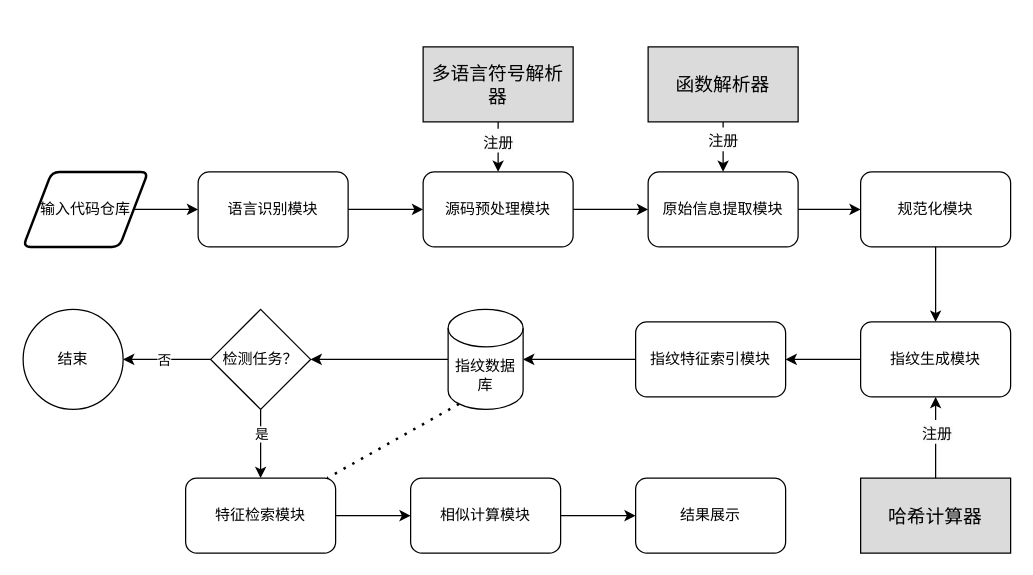
The draw.io diagram 系统实现图.drawio in wanghaoxu001/cloudimg, before the edit. Source tidied: cells renumbered, new cells numbered last; positions are measured from the earlier drawing's top-left corner, leaving out a move shared by most shapes. Both pictures are drawn from the tidied source at 125%, with x=0, y=0 at pixel (22, 46).
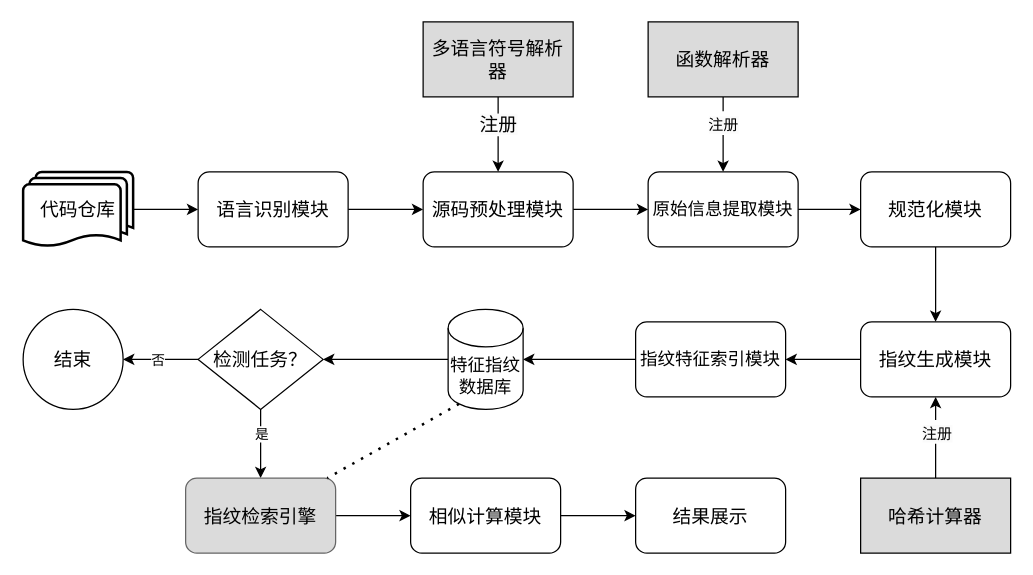
The same diagram, later.

Commit message:
更新系统实现图.drawio

The change refers to these unchanged cells:
```xml
<mxCell id="29" style="edgeStyle=none;rounded=0;jettySize=auto;html=1;" parent="1" edge="1" source="31" target="7">
  <mxGeometry relative="1" as="geometry" />
</mxCell>
```

What changed in the source:
```diff
@@
-    <mxCell id="2" style="edgeStyle=orthogonalEdgeStyle;rounded=0;jettySize=auto;html=1;" parent="1" edge="1" source="3" target="5">
-      <mxGeometry relative="1" as="geometry" />
-    </mxCell>
-    <mxCell id="3" value="输入代码仓库" style="shape=parallelogram;html=1;strokeWidth=2;perimeter=parallelogramPerimeter;whiteSpace=wrap;rounded=1;arcSize=12;size=0.23;" parent="1" vertex="1">
-      <mxGeometry y="100" width="100" height="60" as="geometry" />
-    </mxCell>
@@
-    <mxCell id="5" value="语言识别模块" style="rounded=1;whiteSpace=wrap;html=1;" parent="1" vertex="1">
+    <mxCell id="5" value="语言识别模块" style="rounded=1;whiteSpace=wrap;html=1;fontSize=15;" parent="1" vertex="1">
       <mxGeometry x="140" y="100" width="120" height="60" as="geometry" />
     </mxCell>
@@
-    <mxCell id="7" value="源码预处理模块" style="rounded=1;whiteSpace=wrap;html=1;" parent="1" vertex="1">
+    <mxCell id="7" value="源码预处理模块" style="rounded=1;whiteSpace=wrap;html=1;fontSize=15;" parent="1" vertex="1">
       <mxGeometry x="320" y="100" width="120" height="60" as="geometry" />
     </mxCell>
@@
-    <mxCell id="9" value="原始信息提取模块" style="rounded=1;whiteSpace=wrap;html=1;" parent="1" vertex="1">
+    <mxCell id="9" value="原始信息提取模块" style="rounded=1;whiteSpace=wrap;html=1;fontSize=14;" parent="1" vertex="1">
       <mxGeometry x="500" y="100" width="120" height="60" as="geometry" />
     </mxCell>
@@
-    <mxCell id="11" value="规范化模块" style="rounded=1;whiteSpace=wrap;html=1;" parent="1" vertex="1">
+    <mxCell id="11" value="规范化模块" style="rounded=1;whiteSpace=wrap;html=1;fontSize=15;" parent="1" vertex="1">
       <mxGeometry x="670" y="100" width="120" height="60" as="geometry" />
     </mxCell>
@@
-    <mxCell id="13" value="指纹生成模块" style="rounded=1;whiteSpace=wrap;html=1;" parent="1" vertex="1">
+    <mxCell id="13" value="指纹生成模块" style="rounded=1;whiteSpace=wrap;html=1;fontSize=15;" parent="1" vertex="1">
       <mxGeometry x="670" y="220" width="120" height="60" as="geometry" />
     </mxCell>
@@
-    <mxCell id="15" value="指纹特征索引模块" style="rounded=1;whiteSpace=wrap;html=1;" parent="1" vertex="1">
+    <mxCell id="15" value="指纹特征索引模块" style="rounded=1;whiteSpace=wrap;html=1;fontSize=14;" parent="1" vertex="1">
       <mxGeometry x="490" y="220" width="120" height="60" as="geometry" />
     </mxCell>
@@
-    <mxCell id="17" value="指纹数据库" style="shape=cylinder3;whiteSpace=wrap;html=1;boundedLbl=1;backgroundOutline=1;size=15;" parent="1" vertex="1">
+    <mxCell id="17" value="特征指纹数据库" style="shape=cylinder3;whiteSpace=wrap;html=1;boundedLbl=1;backgroundOutline=1;size=15;fontSize=14;" parent="1" vertex="1">
       <mxGeometry x="340" y="210" width="60" height="80" as="geometry" />
     </mxCell>
@@
-    <mxCell id="22" value="检测任务？" style="rhombus;whiteSpace=wrap;html=1;" parent="1" vertex="1">
-      <mxGeometry x="150" y="210" width="80" height="80" as="geometry" />
+    <mxCell id="22" value="检测任务？" style="rhombus;whiteSpace=wrap;html=1;fontSize=15;" parent="1" vertex="1">
+      <mxGeometry x="140" y="210" width="100" height="80" as="geometry" />
     </mxCell>
-    <mxCell id="23" value="结束" style="ellipse;whiteSpace=wrap;html=1;" parent="1" vertex="1">
+    <mxCell id="23" value="结束" style="ellipse;whiteSpace=wrap;html=1;fontSize=15;" parent="1" vertex="1">
       <mxGeometry y="210" width="80" height="80" as="geometry" />
     </mxCell>
@@
-    <mxCell id="25" value="特征检索模块" style="rounded=1;whiteSpace=wrap;html=1;" parent="1" vertex="1">
+    <mxCell id="25" value="指纹检索引擎" style="rounded=1;whiteSpace=wrap;html=1;fillColor=#DBDBDB;strokeColor=#666666;gradientColor=none;fontSize=15;" parent="1" vertex="1">
       <mxGeometry x="130" y="345" width="120" height="60" as="geometry" />
     </mxCell>
@@
-    <mxCell id="27" value="相似计算模块" style="rounded=1;whiteSpace=wrap;html=1;" parent="1" vertex="1">
+    <mxCell id="27" value="相似计算模块" style="rounded=1;whiteSpace=wrap;html=1;fontSize=15;" parent="1" vertex="1">
       <mxGeometry x="310" y="345" width="120" height="60" as="geometry" />
     </mxCell>
@@
-    <mxCell id="30" value="&lt;span style=&quot;font-size: 12px; background-color: rgb(251, 251, 251);&quot;&gt;注册&lt;/span&gt;" style="edgeLabel;html=1;align=center;verticalAlign=middle;fontSize=16;" parent="29" vertex="1">
+    <mxCell id="30" value="&lt;span style=&quot;font-size: 15px; background-color: rgb(251, 251, 251);&quot;&gt;注册&lt;/span&gt;" style="edgeLabel;html=1;align=center;verticalAlign=middle;fontSize=15;" parent="29" vertex="1">
       <mxGeometry x="-0.3" y="-1" relative="1" as="geometry" />
     </mxCell>
     <mxCell id="31" value="&lt;font style=&quot;font-size: 15px;&quot;&gt;多语言符号解析器&lt;br&gt;&lt;/font&gt;" style="rounded=0;whiteSpace=wrap;html=1;fillColor=#DBDBDB;" parent="1" vertex="1">
-      <mxGeometry x="320" width="120" height="60" as="geometry" />
+      <mxGeometry x="320" y="-20" width="120" height="60" as="geometry" />
     </mxCell>
@@
     <mxCell id="34" value="函数解析器" style="rounded=0;whiteSpace=wrap;html=1;fillColor=#DBDBDB;fontSize=15;" parent="1" vertex="1">
-      <mxGeometry x="500" width="120" height="60" as="geometry" />
+      <mxGeometry x="500" y="-20" width="120" height="60" as="geometry" />
     </mxCell>
@@
-    <mxCell id="38" value="结果展示" style="rounded=1;whiteSpace=wrap;html=1;" parent="1" vertex="1">
+    <mxCell id="38" value="结果展示" style="rounded=1;whiteSpace=wrap;html=1;fontSize=15;" parent="1" vertex="1">
       <mxGeometry x="490" y="345" width="120" height="60" as="geometry" />
     </mxCell>
+    <mxCell id="39" style="edgeStyle=orthogonalEdgeStyle;rounded=0;jettySize=auto;html=1;entryX=0;entryY=0.5;entryDx=0;entryDy=0;" parent="1" edge="1" source="40" target="5">
+      <mxGeometry relative="1" as="geometry" />
+    </mxCell>
+    <mxCell id="40" value="代码仓库" style="strokeWidth=2;html=1;shape=mxgraph.flowchart.multi-document;whiteSpace=wrap;fontSize=15;" parent="1" vertex="1">
+      <mxGeometry y="100" width="88" height="60" as="geometry" />
+    </mxCell>
```
